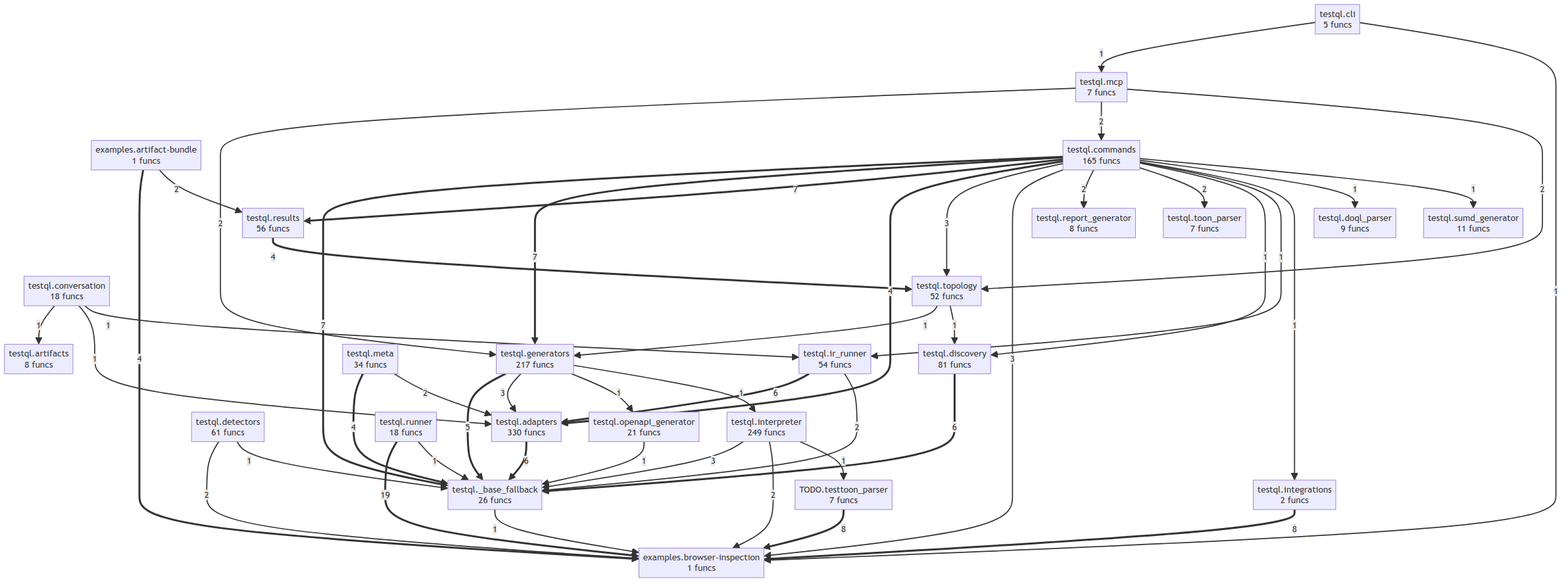
Earlier version of the Mermaid export project/compact_flow.png (oqlos/testql). Its source is kept beside it as project/compact_flow.mmd. Source of this version:
```mermaid
flowchart TD
    TODO__testtoon_parser["TODO.testtoon_parser<br/>7 funcs"]
    examples__artifact_bundle["examples.artifact-bundle<br/>1 funcs"]
    examples__browser_inspection["examples.browser-inspection<br/>1 funcs"]
    testql___base_fallback["testql._base_fallback<br/>26 funcs"]
    testql__adapters["testql.adapters<br/>330 funcs"]
    testql__artifacts["testql.artifacts<br/>8 funcs"]
    testql__cli["testql.cli<br/>5 funcs"]
    testql__commands["testql.commands<br/>165 funcs"]
    testql__conversation["testql.conversation<br/>18 funcs"]
    testql__detectors["testql.detectors<br/>61 funcs"]
    testql__discovery["testql.discovery<br/>81 funcs"]
    testql__doql_parser["testql.doql_parser<br/>9 funcs"]
    testql__generators["testql.generators<br/>217 funcs"]
    testql__integrations["testql.integrations<br/>2 funcs"]
    testql__interpreter["testql.interpreter<br/>249 funcs"]
    testql__ir_runner["testql.ir_runner<br/>54 funcs"]
    testql__mcp["testql.mcp<br/>7 funcs"]
    testql__meta["testql.meta<br/>34 funcs"]
    testql__openapi_generator["testql.openapi_generator<br/>21 funcs"]
    testql__report_generator["testql.report_generator<br/>8 funcs"]
    testql__results["testql.results<br/>56 funcs"]
    testql__runner["testql.runner<br/>18 funcs"]
    testql__sumd_generator["testql.sumd_generator<br/>11 funcs"]
    testql__toon_parser["testql.toon_parser<br/>7 funcs"]
    testql__topology["testql.topology<br/>52 funcs"]
    testql__runner ==>|19| examples__browser_inspection
    TODO__testtoon_parser ==>|8| examples__browser_inspection
    testql__integrations ==>|8| examples__browser_inspection
    testql__commands ==>|7| testql___base_fallback
    testql__commands ==>|7| testql__generators
    testql__commands ==>|7| testql__results
    testql__discovery ==>|6| testql___base_fallback
    testql__adapters ==>|6| testql___base_fallback
    testql__ir_runner ==>|6| testql__adapters
    testql__generators ==>|5| testql___base_fallback
    examples__artifact_bundle ==>|4| examples__browser_inspection
    testql__commands ==>|4| testql__adapters
    testql__results ==>|4| testql__topology
    testql__meta ==>|4| testql___base_fallback
    testql__commands -->|3| testql__topology
    testql__commands -->|3| examples__browser_inspection
    testql__interpreter -->|3| testql___base_fallback
    testql__generators -->|3| testql__adapters
    examples__artifact_bundle -->|2| testql__results
    testql__commands -->|2| testql__report_generator
    testql__commands -->|2| testql__toon_parser
    testql__interpreter -->|2| examples__browser_inspection
    testql__mcp -->|2| testql__generators
    testql__mcp -->|2| testql__commands
    testql__mcp -->|2| testql__topology
    testql__meta -->|2| testql__adapters
    testql__detectors -->|2| examples__browser_inspection
    testql__ir_runner -->|2| testql___base_fallback
    testql__cli -->|1| testql__mcp
    testql__cli -->|1| examples__browser_inspection
    testql__runner -->|1| testql___base_fallback
    testql__openapi_generator -->|1| testql___base_fallback
    testql___base_fallback -->|1| examples__browser_inspection
    testql__commands -->|1| testql__discovery
    testql__commands -->|1| testql__ir_runner
    testql__commands -->|1| testql__integrations
    testql__commands -->|1| testql__doql_parser
    testql__commands -->|1| testql__sumd_generator
    testql__interpreter -->|1| TODO__testtoon_parser
    testql__generators -->|1| testql__openapi_generator
    testql__generators -->|1| testql__interpreter
    testql__detectors -->|1| testql___base_fallback
    testql__topology -->|1| testql__generators
    testql__topology -->|1| testql__discovery
    testql__conversation -->|1| testql__artifacts
    testql__conversation -->|1| testql__adapters
    testql__conversation -->|1| testql__ir_runner
```
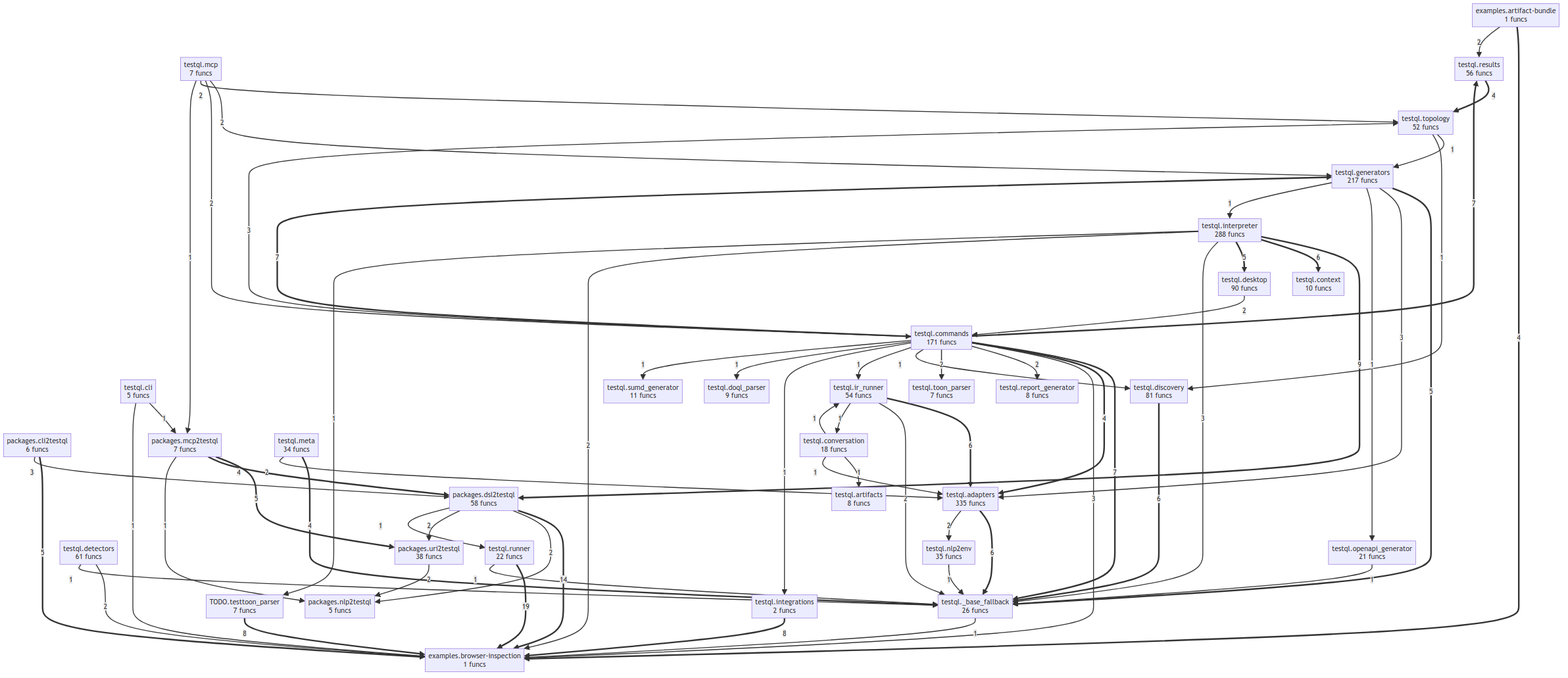
The same diagram one commit later.

Diff of the diagram source:
```diff
@@ -2,38 +2,53 @@
     TODO__testtoon_parser["TODO.testtoon_parser<br/>7 funcs"]
     examples__artifact_bundle["examples.artifact-bundle<br/>1 funcs"]
     examples__browser_inspection["examples.browser-inspection<br/>1 funcs"]
+    packages__cli2testql["packages.cli2testql<br/>6 funcs"]
+    packages__dsl2testql["packages.dsl2testql<br/>58 funcs"]
+    packages__mcp2testql["packages.mcp2testql<br/>7 funcs"]
+    packages__nlp2testql["packages.nlp2testql<br/>5 funcs"]
+    packages__uri2testql["packages.uri2testql<br/>38 funcs"]
     testql___base_fallback["testql._base_fallback<br/>26 funcs"]
-    testql__adapters["testql.adapters<br/>330 funcs"]
+    testql__adapters["testql.adapters<br/>335 funcs"]
     testql__artifacts["testql.artifacts<br/>8 funcs"]
     testql__cli["testql.cli<br/>5 funcs"]
-    testql__commands["testql.commands<br/>165 funcs"]
+    testql__commands["testql.commands<br/>171 funcs"]
+    testql__context["testql.context<br/>10 funcs"]
     testql__conversation["testql.conversation<br/>18 funcs"]
+    testql__desktop["testql.desktop<br/>90 funcs"]
     testql__detectors["testql.detectors<br/>61 funcs"]
     testql__discovery["testql.discovery<br/>81 funcs"]
     testql__doql_parser["testql.doql_parser<br/>9 funcs"]
     testql__generators["testql.generators<br/>217 funcs"]
     testql__integrations["testql.integrations<br/>2 funcs"]
-    testql__interpreter["testql.interpreter<br/>249 funcs"]
+    testql__interpreter["testql.interpreter<br/>288 funcs"]
     testql__ir_runner["testql.ir_runner<br/>54 funcs"]
     testql__mcp["testql.mcp<br/>7 funcs"]
     testql__meta["testql.meta<br/>34 funcs"]
+    testql__nlp2env["testql.nlp2env<br/>35 funcs"]
     testql__openapi_generator["testql.openapi_generator<br/>21 funcs"]
     testql__report_generator["testql.report_generator<br/>8 funcs"]
     testql__results["testql.results<br/>56 funcs"]
-    testql__runner["testql.runner<br/>18 funcs"]
+    testql__runner["testql.runner<br/>22 funcs"]
     testql__sumd_generator["testql.sumd_generator<br/>11 funcs"]
     testql__toon_parser["testql.toon_parser<br/>7 funcs"]
     testql__topology["testql.topology<br/>52 funcs"]
     testql__runner ==>|19| examples__browser_inspection
+    packages__dsl2testql ==>|14| examples__browser_inspection
+    testql__interpreter ==>|9| packages__dsl2testql
     TODO__testtoon_parser ==>|8| examples__browser_inspection
     testql__integrations ==>|8| examples__browser_inspection
     testql__commands ==>|7| testql___base_fallback
     testql__commands ==>|7| testql__generators
     testql__commands ==>|7| testql__results
+    testql__interpreter ==>|6| testql__context
     testql__discovery ==>|6| testql___base_fallback
     testql__adapters ==>|6| testql___base_fallback
     testql__ir_runner ==>|6| testql__adapters
+    packages__mcp2testql ==>|5| packages__uri2testql
+    testql__interpreter ==>|5| testql__desktop
     testql__generators ==>|5| testql___base_fallback
+    packages__cli2testql ==>|5| examples__browser_inspection
+    packages__mcp2testql ==>|4| packages__dsl2testql
     examples__artifact_bundle ==>|4| examples__browser_inspection
     testql__commands ==>|4| testql__adapters
     testql__results ==>|4| testql__topology
@@ -42,17 +57,25 @@
     testql__commands -->|3| examples__browser_inspection
     testql__interpreter -->|3| testql___base_fallback
     testql__generators -->|3| testql__adapters
+    packages__cli2testql -->|3| packages__dsl2testql
+    packages__dsl2testql -->|2| packages__nlp2testql
+    packages__dsl2testql -->|2| packages__uri2testql
+    packages__uri2testql -->|2| packages__nlp2testql
     examples__artifact_bundle -->|2| testql__results
     testql__commands -->|2| testql__report_generator
     testql__commands -->|2| testql__toon_parser
     testql__interpreter -->|2| examples__browser_inspection
+    testql__desktop -->|2| testql__commands
+    testql__adapters -->|2| testql__nlp2env
     testql__mcp -->|2| testql__generators
     testql__mcp -->|2| testql__commands
     testql__mcp -->|2| testql__topology
     testql__meta -->|2| testql__adapters
     testql__detectors -->|2| examples__browser_inspection
     testql__ir_runner -->|2| testql___base_fallback
-    testql__cli -->|1| testql__mcp
+    packages__dsl2testql -->|1| testql__runner
+    packages__mcp2testql -->|1| packages__nlp2testql
+    testql__cli -->|1| packages__mcp2testql
     testql__cli -->|1| examples__browser_inspection
     testql__runner -->|1| testql___base_fallback
     testql__openapi_generator -->|1| testql___base_fallback
@@ -63,11 +86,14 @@
     testql__commands -->|1| testql__doql_parser
     testql__commands -->|1| testql__sumd_generator
     testql__interpreter -->|1| TODO__testtoon_parser
-    testql__generators -->|1| testql__openapi_generator
-    testql__generators -->|1| testql__interpreter
-    testql__detectors -->|1| testql___base_fallback
-    testql__topology -->|1| testql__generators
-    testql__topology -->|1| testql__discovery
     testql__conversation -->|1| testql__artifacts
     testql__conversation -->|1| testql__adapters
     testql__conversation -->|1| testql__ir_runner
+    testql__generators -->|1| testql__openapi_generator
+    testql__generators -->|1| testql__interpreter
+    testql__mcp -->|1| packages__mcp2testql
+    testql__nlp2env -->|1| testql___base_fallback
+    testql__detectors -->|1| testql___base_fallback
+    testql__ir_runner -->|1| testql__conversation
+    testql__topology -->|1| testql__generators
+    testql__topology -->|1| testql__discovery
```
